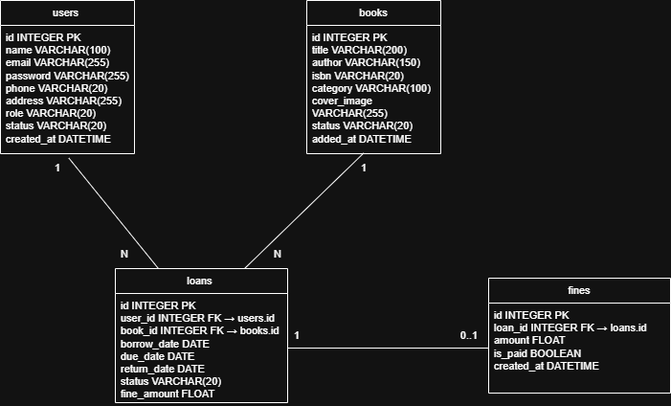
The draw.io diagram docs/diagrams/erd_diagram.png in Amasha2004/library-management-system, before a commit. Source tidied: cells renumbered, new cells last; positions are measured from the earlier drawing's top-left corner, leaving out a move shared by most shapes.
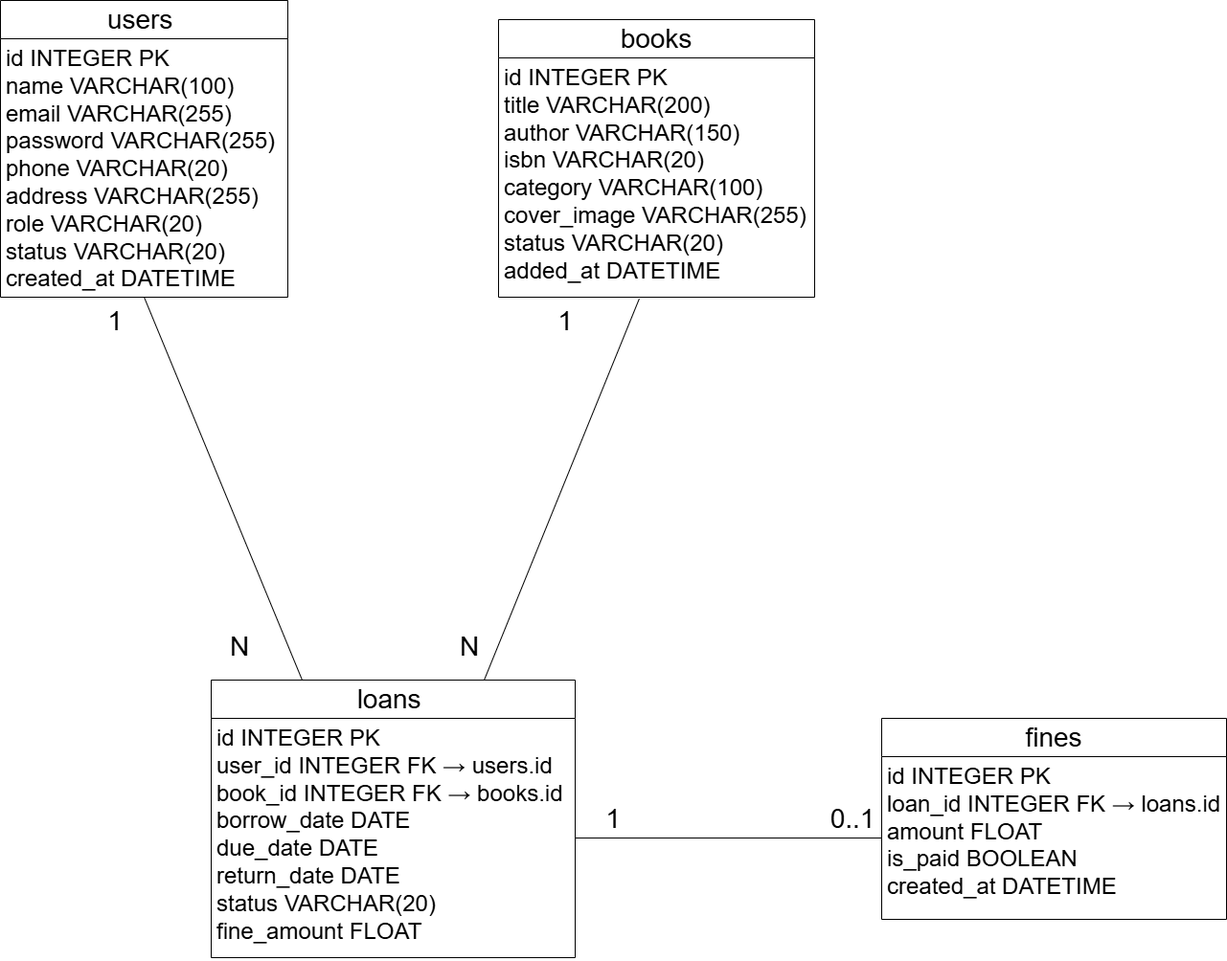
After the commit.

Commit message:
Add changed erd diagram

The edit, as a diff of the source:
```diff
@@ -2,56 +2,56 @@
   <root>
     <mxCell id="0" />
     <mxCell id="1" parent="0" />
-    <mxCell id="2" value="users&amp;nbsp;" style="swimlane;fontStyle=0;horizontal=1;startSize=26;fillColor=none;whiteSpace=wrap;html=1;fontFamily=Helvetica;fontSize=11;fontColor=default;labelBackgroundColor=default;" parent="1" vertex="1">
-      <mxGeometry width="140" height="160" as="geometry" />
+    <mxCell id="2" value="&lt;font style=&quot;font-size: 28px;&quot;&gt;users&amp;nbsp;&lt;/font&gt;" style="swimlane;fontStyle=0;horizontal=1;startSize=40;fillColor=none;whiteSpace=wrap;html=1;fontFamily=Helvetica;fontSize=11;fontColor=default;labelBackgroundColor=default;" parent="1" vertex="1">
+      <mxGeometry x="-160" y="-280" width="300" height="310" as="geometry" />
     </mxCell>
-    <mxCell id="3" value="&lt;div&gt;id INTEGER PK&lt;/div&gt;&lt;div&gt;name VARCHAR(100)&lt;/div&gt;&lt;div&gt;email VARCHAR(255)&lt;/div&gt;&lt;div&gt;password VARCHAR(255)&lt;/div&gt;&lt;div&gt;phone VARCHAR(20)&lt;/div&gt;&lt;div&gt;address VARCHAR(255)&lt;/div&gt;&lt;div&gt;role VARCHAR(20)&lt;/div&gt;&lt;div&gt;status VARCHAR(20)&lt;/div&gt;&lt;div&gt;created_at DATETIME&lt;/div&gt;" style="text;strokeColor=none;fillColor=none;align=left;verticalAlign=top;spacingLeft=4;spacingRight=4;overflow=hidden;points=[[0,0.5],[1,0.5]];portConstraint=eastwest;whiteSpace=wrap;html=1;fontFamily=Helvetica;fontSize=11;fontColor=default;labelBackgroundColor=default;" parent="2" vertex="1">
-      <mxGeometry y="26" width="140" height="134" as="geometry" />
+    <mxCell id="3" value="&lt;div&gt;&lt;font style=&quot;font-size: 24px;&quot;&gt;id INTEGER PK&lt;/font&gt;&lt;/div&gt;&lt;div&gt;&lt;font style=&quot;font-size: 24px;&quot;&gt;name VARCHAR(100)&lt;/font&gt;&lt;/div&gt;&lt;div&gt;&lt;font style=&quot;font-size: 24px;&quot;&gt;email VARCHAR(255)&lt;/font&gt;&lt;/div&gt;&lt;div&gt;&lt;font style=&quot;font-size: 24px;&quot;&gt;password VARCHAR(255)&lt;/font&gt;&lt;/div&gt;&lt;div&gt;&lt;font style=&quot;font-size: 24px;&quot;&gt;phone VARCHAR(20)&lt;/font&gt;&lt;/div&gt;&lt;div&gt;&lt;font style=&quot;font-size: 24px;&quot;&gt;address VARCHAR(255)&lt;/font&gt;&lt;/div&gt;&lt;div&gt;&lt;font style=&quot;font-size: 24px;&quot;&gt;role VARCHAR(20)&lt;/font&gt;&lt;/div&gt;&lt;div&gt;&lt;font style=&quot;font-size: 24px;&quot;&gt;status VARCHAR(20)&lt;/font&gt;&lt;/div&gt;&lt;div&gt;&lt;font style=&quot;font-size: 24px;&quot;&gt;created_at DATETIME&lt;/font&gt;&lt;/div&gt;" style="text;strokeColor=none;fillColor=none;align=left;verticalAlign=top;spacingLeft=4;spacingRight=4;overflow=hidden;points=[[0,0.5],[1,0.5]];portConstraint=eastwest;whiteSpace=wrap;html=1;fontFamily=Helvetica;fontSize=11;fontColor=default;labelBackgroundColor=default;" parent="2" vertex="1">
+      <mxGeometry y="40" width="300" height="270" as="geometry" />
     </mxCell>
-    <mxCell id="4" value="books" style="swimlane;fontStyle=0;horizontal=1;startSize=26;fillColor=none;whiteSpace=wrap;html=1;fontFamily=Helvetica;fontSize=11;fontColor=default;labelBackgroundColor=default;" parent="1" vertex="1">
-      <mxGeometry x="320" width="140" height="160" as="geometry" />
+    <mxCell id="4" value="&lt;font style=&quot;font-size: 28px;&quot;&gt;books&lt;/font&gt;" style="swimlane;fontStyle=0;horizontal=1;startSize=40;fillColor=none;whiteSpace=wrap;html=1;fontFamily=Helvetica;fontSize=11;fontColor=default;labelBackgroundColor=default;" parent="1" vertex="1">
+      <mxGeometry x="360" y="-260" width="330" height="290" as="geometry" />
     </mxCell>
-    <mxCell id="5" value="&lt;div&gt;id INTEGER PK&lt;/div&gt;&lt;div&gt;title VARCHAR(200)&lt;/div&gt;&lt;div&gt;author VARCHAR(150)&lt;/div&gt;&lt;div&gt;isbn VARCHAR(20)&lt;/div&gt;&lt;div&gt;category VARCHAR(100)&lt;/div&gt;&lt;div&gt;cover_image VARCHAR(255)&lt;/div&gt;&lt;div&gt;status VARCHAR(20)&lt;/div&gt;&lt;div&gt;added_at DATETIME&lt;/div&gt;" style="text;strokeColor=none;fillColor=none;align=left;verticalAlign=top;spacingLeft=4;spacingRight=4;overflow=hidden;points=[[0,0.5],[1,0.5]];portConstraint=eastwest;whiteSpace=wrap;html=1;fontFamily=Helvetica;fontSize=11;fontColor=default;labelBackgroundColor=default;" parent="4" vertex="1">
-      <mxGeometry y="26" width="140" height="134" as="geometry" />
+    <mxCell id="5" value="&lt;div&gt;&lt;font style=&quot;font-size: 24px;&quot;&gt;id INTEGER PK&lt;/font&gt;&lt;/div&gt;&lt;div&gt;&lt;font style=&quot;font-size: 24px;&quot;&gt;title VARCHAR(200)&lt;/font&gt;&lt;/div&gt;&lt;div&gt;&lt;font style=&quot;font-size: 24px;&quot;&gt;author VARCHAR(150)&lt;/font&gt;&lt;/div&gt;&lt;div&gt;&lt;font style=&quot;font-size: 24px;&quot;&gt;isbn VARCHAR(20)&lt;/font&gt;&lt;/div&gt;&lt;div&gt;&lt;font style=&quot;font-size: 24px;&quot;&gt;category VARCHAR(100)&lt;/font&gt;&lt;/div&gt;&lt;div&gt;&lt;font style=&quot;font-size: 24px;&quot;&gt;cover_image VARCHAR(255)&lt;/font&gt;&lt;/div&gt;&lt;div&gt;&lt;font style=&quot;font-size: 24px;&quot;&gt;status VARCHAR(20)&lt;/font&gt;&lt;/div&gt;&lt;div&gt;&lt;font style=&quot;font-size: 24px;&quot;&gt;added_at DATETIME&lt;/font&gt;&lt;/div&gt;" style="text;strokeColor=none;fillColor=none;align=left;verticalAlign=top;spacingLeft=4;spacingRight=4;overflow=hidden;points=[[0,0.5],[1,0.5]];portConstraint=eastwest;whiteSpace=wrap;html=1;fontFamily=Helvetica;fontSize=11;fontColor=default;labelBackgroundColor=default;" parent="4" vertex="1">
+      <mxGeometry y="40" width="330" height="250" as="geometry" />
     </mxCell>
-    <mxCell id="6" value="loans&amp;nbsp;" style="swimlane;fontStyle=0;horizontal=1;startSize=26;fillColor=none;whiteSpace=wrap;html=1;fontFamily=Helvetica;fontSize=11;fontColor=default;labelBackgroundColor=default;" parent="1" vertex="1">
-      <mxGeometry x="120" y="280" width="180" height="140" as="geometry" />
+    <mxCell id="6" value="&lt;font style=&quot;font-size: 28px;&quot;&gt;loans&amp;nbsp;&lt;/font&gt;" style="swimlane;fontStyle=0;horizontal=1;startSize=40;fillColor=none;whiteSpace=wrap;html=1;fontFamily=Helvetica;fontSize=11;fontColor=default;labelBackgroundColor=default;" parent="1" vertex="1">
+      <mxGeometry x="60" y="430" width="380" height="290" as="geometry" />
     </mxCell>
-    <mxCell id="7" value="&lt;div&gt;id INTEGER PK&lt;/div&gt;&lt;div&gt;user_id INTEGER FK → users.id&lt;/div&gt;&lt;div&gt;book_id INTEGER FK → books.id&lt;/div&gt;&lt;div&gt;borrow_date DATE&lt;/div&gt;&lt;div&gt;due_date DATE&lt;/div&gt;&lt;div&gt;return_date DATE&lt;/div&gt;&lt;div&gt;status VARCHAR(20)&lt;/div&gt;&lt;div&gt;fine_amount FLOAT&lt;/div&gt;" style="text;strokeColor=none;fillColor=none;align=left;verticalAlign=top;spacingLeft=4;spacingRight=4;overflow=hidden;points=[[0,0.5],[1,0.5]];portConstraint=eastwest;whiteSpace=wrap;html=1;fontFamily=Helvetica;fontSize=11;fontColor=default;labelBackgroundColor=default;" parent="6" vertex="1">
-      <mxGeometry y="26" width="180" height="114" as="geometry" />
+    <mxCell id="7" value="&lt;div&gt;&lt;font style=&quot;font-size: 24px;&quot;&gt;id INTEGER PK&lt;/font&gt;&lt;/div&gt;&lt;div&gt;&lt;font style=&quot;font-size: 24px;&quot;&gt;user_id INTEGER FK → users.id&lt;/font&gt;&lt;/div&gt;&lt;div&gt;&lt;font style=&quot;font-size: 24px;&quot;&gt;book_id INTEGER FK → books.id&lt;/font&gt;&lt;/div&gt;&lt;div&gt;&lt;font style=&quot;font-size: 24px;&quot;&gt;borrow_date DATE&lt;/font&gt;&lt;/div&gt;&lt;div&gt;&lt;font style=&quot;font-size: 24px;&quot;&gt;due_date DATE&lt;/font&gt;&lt;/div&gt;&lt;div&gt;&lt;font style=&quot;font-size: 24px;&quot;&gt;return_date DATE&lt;/font&gt;&lt;/div&gt;&lt;div&gt;&lt;font style=&quot;font-size: 24px;&quot;&gt;status VARCHAR(20)&lt;/font&gt;&lt;/div&gt;&lt;div&gt;&lt;font style=&quot;font-size: 24px;&quot;&gt;fine_amount FLOAT&lt;/font&gt;&lt;/div&gt;" style="text;strokeColor=none;fillColor=none;align=left;verticalAlign=top;spacingLeft=4;spacingRight=4;overflow=hidden;points=[[0,0.5],[1,0.5]];portConstraint=eastwest;whiteSpace=wrap;html=1;fontFamily=Helvetica;fontSize=11;fontColor=default;labelBackgroundColor=default;" parent="6" vertex="1">
+      <mxGeometry y="40" width="380" height="250" as="geometry" />
     </mxCell>
-    <mxCell id="8" value="fines" style="swimlane;fontStyle=0;horizontal=1;startSize=26;fillColor=none;whiteSpace=wrap;html=1;fontFamily=Helvetica;fontSize=11;fontColor=default;labelBackgroundColor=default;" parent="1" vertex="1">
-      <mxGeometry x="510" y="290" width="190" height="120" as="geometry" />
+    <mxCell id="8" value="&lt;font style=&quot;font-size: 28px;&quot;&gt;fines&lt;/font&gt;" style="swimlane;fontStyle=0;horizontal=1;startSize=40;fillColor=none;whiteSpace=wrap;html=1;fontFamily=Helvetica;fontSize=11;fontColor=default;labelBackgroundColor=default;" parent="1" vertex="1">
+      <mxGeometry x="760" y="470" width="360" height="210" as="geometry" />
     </mxCell>
-    <mxCell id="9" value="&lt;div&gt;id INTEGER PK&lt;/div&gt;&lt;div&gt;loan_id INTEGER FK → loans.id&lt;/div&gt;&lt;div&gt;amount FLOAT&lt;/div&gt;&lt;div&gt;is_paid BOOLEAN&lt;/div&gt;&lt;div&gt;created_at DATETIME&lt;/div&gt;" style="text;strokeColor=none;fillColor=none;align=left;verticalAlign=top;spacingLeft=4;spacingRight=4;overflow=hidden;points=[[0,0.5],[1,0.5]];portConstraint=eastwest;whiteSpace=wrap;html=1;fontFamily=Helvetica;fontSize=11;fontColor=default;labelBackgroundColor=default;" parent="8" vertex="1">
-      <mxGeometry y="26" width="190" height="94" as="geometry" />
+    <mxCell id="9" value="&lt;div&gt;&lt;font style=&quot;font-size: 24px;&quot;&gt;id INTEGER PK&lt;/font&gt;&lt;/div&gt;&lt;div&gt;&lt;font style=&quot;font-size: 24px;&quot;&gt;loan_id INTEGER FK → loans.id&lt;/font&gt;&lt;/div&gt;&lt;div&gt;&lt;font style=&quot;font-size: 24px;&quot;&gt;amount FLOAT&lt;/font&gt;&lt;/div&gt;&lt;div&gt;&lt;font style=&quot;font-size: 24px;&quot;&gt;is_paid BOOLEAN&lt;/font&gt;&lt;/div&gt;&lt;div&gt;&lt;font style=&quot;font-size: 24px;&quot;&gt;created_at DATETIME&lt;/font&gt;&lt;/div&gt;" style="text;strokeColor=none;fillColor=none;align=left;verticalAlign=top;spacingLeft=4;spacingRight=4;overflow=hidden;points=[[0,0.5],[1,0.5]];portConstraint=eastwest;whiteSpace=wrap;html=1;fontFamily=Helvetica;fontSize=11;fontColor=default;labelBackgroundColor=default;" parent="8" vertex="1">
+      <mxGeometry y="40" width="360" height="170" as="geometry" />
     </mxCell>
-    <mxCell id="10" style="edgeStyle=none;shape=connector;rounded=0;jettySize=auto;html=1;exitX=0.25;exitY=0;exitDx=0;exitDy=0;entryX=0.51;entryY=1.034;entryDx=0;entryDy=0;entryPerimeter=0;strokeColor=default;align=center;verticalAlign=middle;fontFamily=Helvetica;fontSize=11;fontColor=default;labelBackgroundColor=default;endArrow=none;endFill=0;" parent="1" edge="1" source="6" target="3">
+    <mxCell id="10" style="edgeStyle=none;shape=connector;rounded=0;jettySize=auto;html=1;exitX=0.25;exitY=0;exitDx=0;exitDy=0;entryX=0.5;entryY=1;entryDx=0;entryDy=0;entryPerimeter=0;strokeColor=default;align=center;verticalAlign=middle;fontFamily=Helvetica;fontSize=11;fontColor=default;labelBackgroundColor=default;endArrow=none;endFill=0;" parent="1" edge="1" source="6" target="3">
       <mxGeometry relative="1" as="geometry" />
     </mxCell>
-    <mxCell id="11" style="edgeStyle=none;shape=connector;rounded=0;jettySize=auto;html=1;exitX=0.75;exitY=0;exitDx=0;exitDy=0;entryX=0.424;entryY=0.996;entryDx=0;entryDy=0;entryPerimeter=0;strokeColor=default;align=center;verticalAlign=middle;fontFamily=Helvetica;fontSize=11;fontColor=default;labelBackgroundColor=default;endArrow=none;endFill=0;" parent="1" edge="1" source="6" target="5">
+    <mxCell id="11" style="edgeStyle=none;shape=connector;rounded=0;jettySize=auto;html=1;exitX=0.75;exitY=0;exitDx=0;exitDy=0;strokeColor=default;align=center;verticalAlign=middle;fontFamily=Helvetica;fontSize=11;fontColor=default;labelBackgroundColor=default;endArrow=none;endFill=0;entryX=0.445;entryY=1.007;entryDx=0;entryDy=0;entryPerimeter=0;" parent="1" edge="1" source="6" target="5">
       <mxGeometry relative="1" as="geometry" />
     </mxCell>
     <mxCell id="12" style="edgeStyle=none;shape=connector;rounded=0;jettySize=auto;html=1;exitX=1;exitY=0.5;exitDx=0;exitDy=0;entryX=0;entryY=0.5;entryDx=0;entryDy=0;strokeColor=default;align=center;verticalAlign=middle;fontFamily=Helvetica;fontSize=11;fontColor=default;labelBackgroundColor=default;endArrow=none;endFill=0;" parent="1" edge="1" source="7" target="9">
       <mxGeometry relative="1" as="geometry" />
     </mxCell>
-    <mxCell id="13" value="1" style="text;html=1;whiteSpace=wrap;strokeColor=none;fillColor=none;align=center;verticalAlign=middle;rounded=0;fontFamily=Helvetica;fontSize=11;fontColor=default;labelBackgroundColor=default;" parent="1" vertex="1">
-      <mxGeometry x="30" y="160" width="60" height="30" as="geometry" />
+    <mxCell id="13" value="&lt;font style=&quot;font-size: 28px;&quot;&gt;1&lt;/font&gt;" style="text;html=1;whiteSpace=wrap;strokeColor=none;fillColor=none;align=center;verticalAlign=middle;rounded=0;fontFamily=Helvetica;fontSize=11;fontColor=default;labelBackgroundColor=default;" parent="1" vertex="1">
+      <mxGeometry x="-70" y="40" width="60" height="30" as="geometry" />
     </mxCell>
-    <mxCell id="14" value="N" style="text;html=1;whiteSpace=wrap;strokeColor=none;fillColor=none;align=center;verticalAlign=middle;rounded=0;fontFamily=Helvetica;fontSize=11;fontColor=default;labelBackgroundColor=default;" parent="1" vertex="1">
-      <mxGeometry x="100" y="250" width="60" height="30" as="geometry" />
+    <mxCell id="14" value="&lt;font style=&quot;font-size: 28px;&quot;&gt;N&lt;/font&gt;" style="text;html=1;whiteSpace=wrap;strokeColor=none;fillColor=none;align=center;verticalAlign=middle;rounded=0;fontFamily=Helvetica;fontSize=11;fontColor=default;labelBackgroundColor=default;" parent="1" vertex="1">
+      <mxGeometry x="60" y="380" width="60" height="30" as="geometry" />
     </mxCell>
-    <mxCell id="15" value="1" style="text;html=1;whiteSpace=wrap;strokeColor=none;fillColor=none;align=center;verticalAlign=middle;rounded=0;fontFamily=Helvetica;fontSize=11;fontColor=default;labelBackgroundColor=default;" parent="1" vertex="1">
-      <mxGeometry x="350" y="160" width="60" height="30" as="geometry" />
+    <mxCell id="15" value="&lt;font style=&quot;font-size: 28px;&quot;&gt;1&lt;/font&gt;" style="text;html=1;whiteSpace=wrap;strokeColor=none;fillColor=none;align=center;verticalAlign=middle;rounded=0;fontFamily=Helvetica;fontSize=11;fontColor=default;labelBackgroundColor=default;" parent="1" vertex="1">
+      <mxGeometry x="400" y="40" width="60" height="30" as="geometry" />
     </mxCell>
-    <mxCell id="16" value="N" style="text;html=1;whiteSpace=wrap;strokeColor=none;fillColor=none;align=center;verticalAlign=middle;rounded=0;fontFamily=Helvetica;fontSize=11;fontColor=default;labelBackgroundColor=default;" parent="1" vertex="1">
-      <mxGeometry x="260" y="250" width="60" height="30" as="geometry" />
+    <mxCell id="16" value="&lt;font style=&quot;font-size: 28px;&quot;&gt;N&lt;/font&gt;" style="text;html=1;whiteSpace=wrap;strokeColor=none;fillColor=none;align=center;verticalAlign=middle;rounded=0;fontFamily=Helvetica;fontSize=11;fontColor=default;labelBackgroundColor=default;" parent="1" vertex="1">
+      <mxGeometry x="300" y="380" width="60" height="30" as="geometry" />
     </mxCell>
-    <mxCell id="17" value="1" style="text;html=1;whiteSpace=wrap;strokeColor=none;fillColor=none;align=center;verticalAlign=middle;rounded=0;fontFamily=Helvetica;fontSize=11;fontColor=default;labelBackgroundColor=default;" parent="1" vertex="1">
-      <mxGeometry x="280" y="335" width="60" height="30" as="geometry" />
+    <mxCell id="17" value="&lt;font style=&quot;font-size: 28px;&quot;&gt;1&lt;/font&gt;" style="text;html=1;whiteSpace=wrap;strokeColor=none;fillColor=none;align=center;verticalAlign=middle;rounded=0;fontFamily=Helvetica;fontSize=11;fontColor=default;labelBackgroundColor=default;" parent="1" vertex="1">
+      <mxGeometry x="450" y="560" width="60" height="30" as="geometry" />
     </mxCell>
-    <mxCell id="18" value="0..1" style="text;html=1;whiteSpace=wrap;strokeColor=none;fillColor=none;align=center;verticalAlign=middle;rounded=0;fontFamily=Helvetica;fontSize=11;fontColor=default;labelBackgroundColor=default;" parent="1" vertex="1">
-      <mxGeometry x="460" y="335" width="60" height="30" as="geometry" />
+    <mxCell id="18" value="&lt;font style=&quot;font-size: 28px;&quot;&gt;0..1&lt;/font&gt;" style="text;html=1;whiteSpace=wrap;strokeColor=none;fillColor=none;align=center;verticalAlign=middle;rounded=0;fontFamily=Helvetica;fontSize=11;fontColor=default;labelBackgroundColor=default;" parent="1" vertex="1">
+      <mxGeometry x="700" y="560" width="60" height="30" as="geometry" />
     </mxCell>
   </root>
 </mxGraphModel>
```
